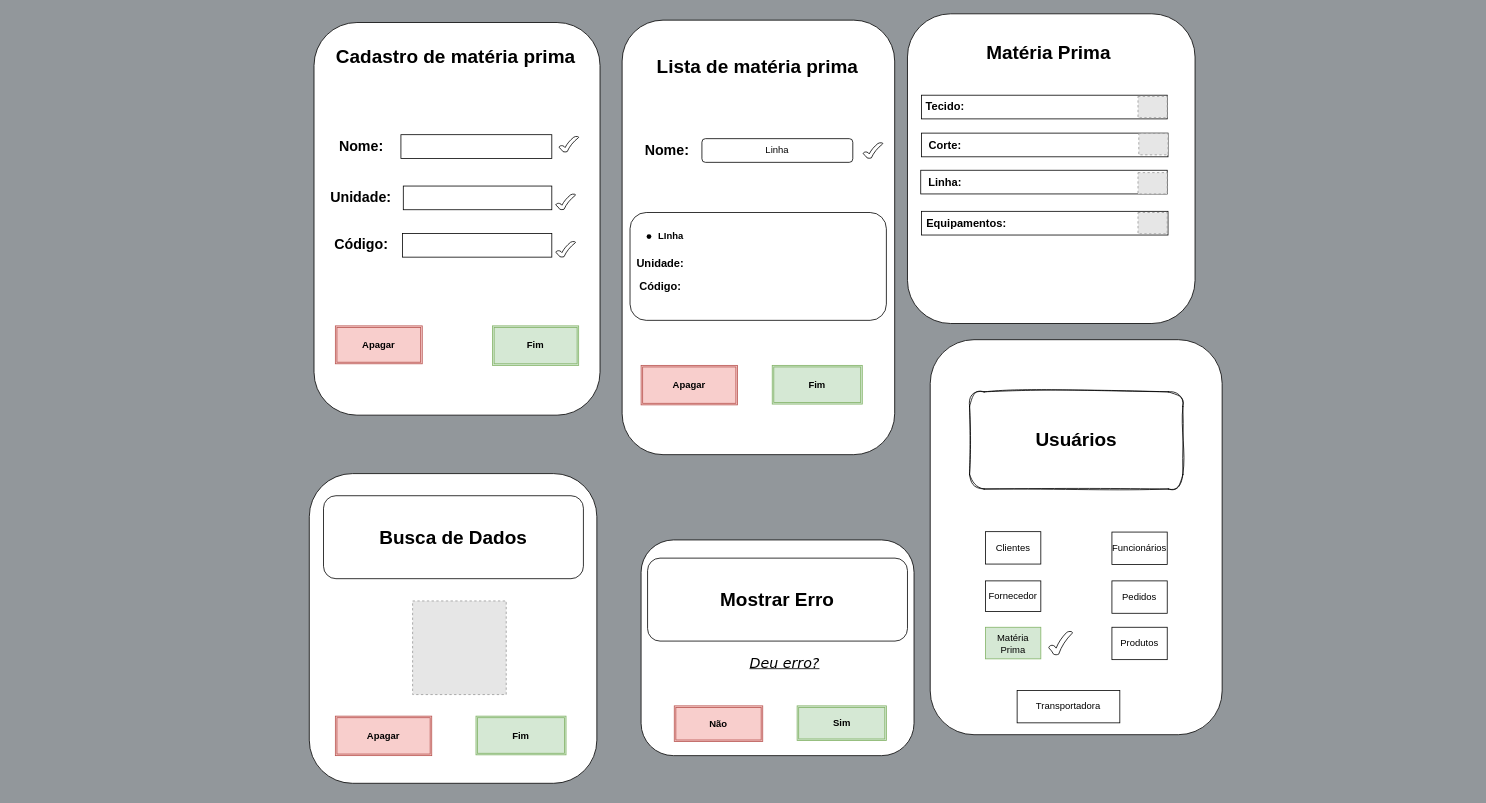
Before: page "Página-10" (10 of 14) of DOC/FLUXOGRAMA.DRAWIO in jeangustavoo/diagrama, a draw.io diagram. Source tidied: cells renumbered, new cells numbered last; positions are measured from the earlier drawing's top-left corner, leaving out a move shared by most shapes. Both pictures are drawn from the tidied source at 79%, with x=0, y=0 at pixel (309, 13). Pictures stored in the file or linked from it are replaced by grey dashed boxes.
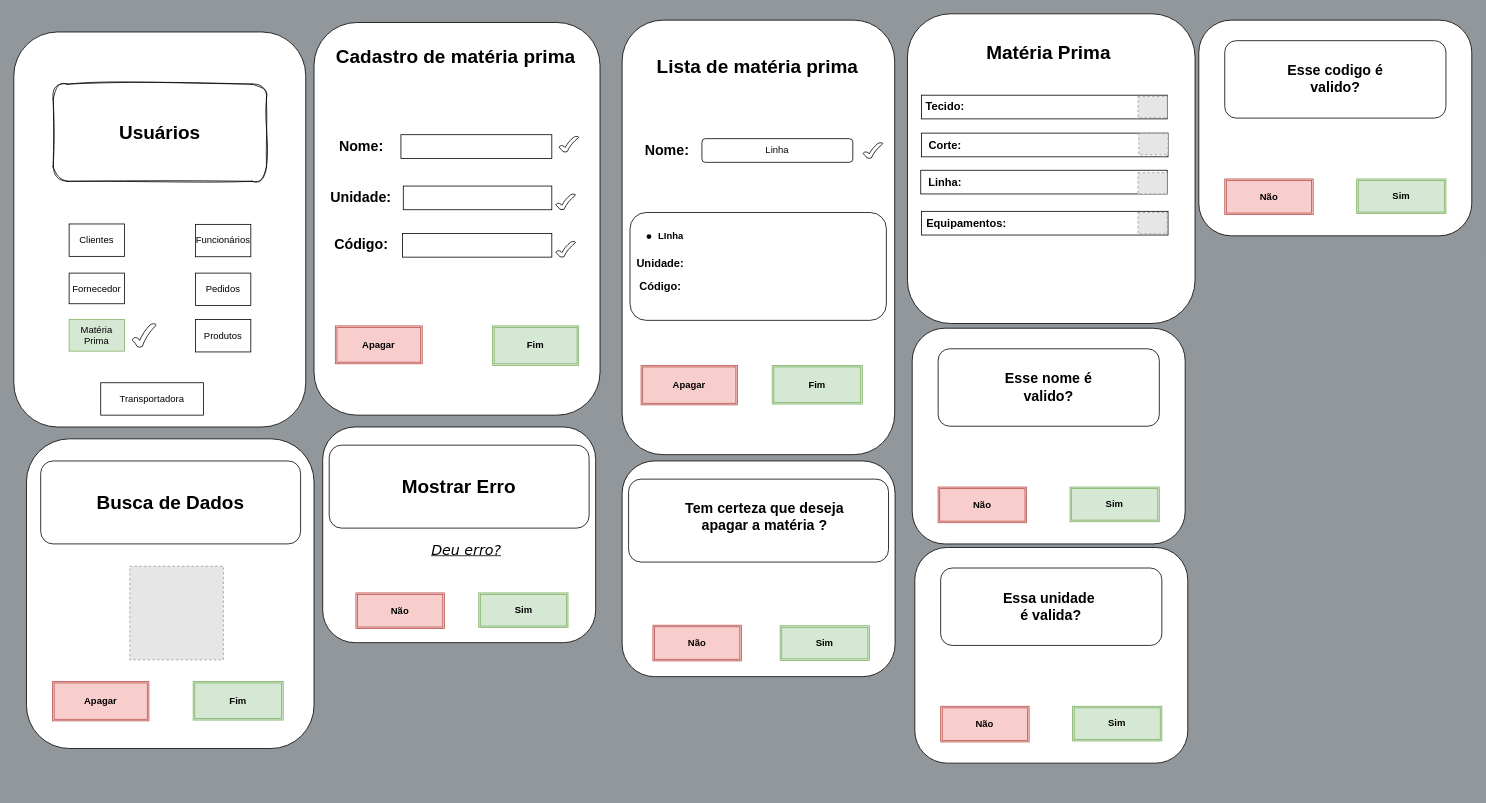
The same page after the edit.

Diff of the diagram source:
```diff
@@
     <mxCell id="24" style="rounded=1;whiteSpace=wrap;html=1;" parent="1" vertex="1">
-      <mxGeometry y="582" width="364" height="392" as="geometry" />
+      <mxGeometry x="-358" y="538" width="364" height="392" as="geometry" />
     </mxCell>
     <mxCell id="25" value="&lt;font face=&quot;Helvetica&quot;&gt;&lt;b&gt;Apagar&lt;/b&gt;&lt;/font&gt;" style="shape=ext;double=1;rounded=0;whiteSpace=wrap;html=1;hachureGap=4;fontFamily=Architects Daughter;fillColor=#f8cecc;strokeColor=#b85450;" parent="1" vertex="1">
-      <mxGeometry x="33" y="889" width="122" height="50" as="geometry" />
+      <mxGeometry x="-325" y="845" width="122" height="50" as="geometry" />
     </mxCell>
     <mxCell id="26" value="&lt;font face=&quot;Helvetica&quot;&gt;&lt;b&gt;Fim&lt;/b&gt;&lt;/font&gt;" style="shape=ext;double=1;rounded=0;whiteSpace=wrap;html=1;hachureGap=4;fontFamily=Architects Daughter;fillColor=#d5e8d4;strokeColor=#82b366;" parent="1" vertex="1">
-      <mxGeometry x="211" y="889" width="114" height="49" as="geometry" />
+      <mxGeometry x="-147" y="845" width="114" height="49" as="geometry" />
     </mxCell>
@@
     <mxCell id="29" style="fillColor=#E6E6E6;strokeColor=#999999;dashed=1;verticalLabelPosition=bottom;labelBackgroundColor=default;verticalAlign=top;" parent="1" vertex="1">
-      <mxGeometry x="130.8" y="743.2" width="118.5" height="118.5" as="geometry" />
+      <mxGeometry x="-227.2" y="699.2" width="118.5" height="118.5" as="geometry" />
     </mxCell>
     <mxCell id="30" value="&lt;b style=&quot;font-family: Helvetica; font-size: 24px; text-wrap: nowrap;&quot;&gt;Busca de Dados&lt;/b&gt;" style="rounded=1;whiteSpace=wrap;html=1;hachureGap=4;fontFamily=Architects Daughter;glass=0;shadow=0;fillColor=#FFFFFF;" parent="1" vertex="1">
-      <mxGeometry x="18" y="610" width="329" height="105" as="geometry" />
+      <mxGeometry x="-340" y="566" width="329" height="105" as="geometry" />
     </mxCell>
     <mxCell id="31" style="rounded=1;whiteSpace=wrap;html=1;" parent="1" vertex="1">
-      <mxGeometry x="420" y="666" width="345.5" height="273" as="geometry" />
+      <mxGeometry x="17" y="523" width="345.5" height="273" as="geometry" />
     </mxCell>
     <mxCell id="32" value="&lt;font face=&quot;Helvetica&quot;&gt;&lt;span style=&quot;font-size: 24px; text-wrap: nowrap;&quot;&gt;&lt;b&gt;Mostrar Erro&lt;/b&gt;&lt;/span&gt;&lt;/font&gt;" style="rounded=1;whiteSpace=wrap;html=1;hachureGap=4;fontFamily=Architects Daughter;glass=0;shadow=0;fillColor=#FFFFFF;" parent="1" vertex="1">
-      <mxGeometry x="428.2" y="689" width="329" height="105" as="geometry" />
+      <mxGeometry x="25.2" y="546" width="329" height="105" as="geometry" />
     </mxCell>
     <mxCell id="33" value="&lt;font face=&quot;Verdana&quot; style=&quot;font-size: 18px;&quot;&gt;&lt;i style=&quot;font-weight: normal;&quot;&gt;&lt;u&gt;Deu erro?&lt;/u&gt;&lt;/i&gt;&lt;/font&gt;" style="text;html=1;align=center;verticalAlign=middle;whiteSpace=wrap;rounded=0;fontFamily=Helvetica;fontStyle=1;" parent="1" vertex="1">
-      <mxGeometry x="483" y="794" width="238" height="54" as="geometry" />
+      <mxGeometry x="80" y="651" width="238" height="54" as="geometry" />
     </mxCell>
     <mxCell id="34" value="&lt;font face=&quot;Helvetica&quot;&gt;&lt;b&gt;Não&lt;/b&gt;&lt;/font&gt;" style="shape=ext;double=1;rounded=0;whiteSpace=wrap;html=1;hachureGap=4;fontFamily=Architects Daughter;fillColor=#f8cecc;strokeColor=#b85450;" parent="1" vertex="1">
-      <mxGeometry x="462" y="876" width="112" height="45.2" as="geometry" />
+      <mxGeometry x="59" y="733" width="112" height="45.2" as="geometry" />
     </mxCell>
     <mxCell id="35" value="&lt;font face=&quot;Helvetica&quot;&gt;&lt;b&gt;Sim&lt;/b&gt;&lt;/font&gt;" style="shape=ext;double=1;rounded=0;whiteSpace=wrap;html=1;hachureGap=4;fontFamily=Architects Daughter;fillColor=#d5e8d4;strokeColor=#82b366;" parent="1" vertex="1">
-      <mxGeometry x="617.5" y="876" width="113" height="43.9" as="geometry" />
+      <mxGeometry x="214.5" y="733" width="113" height="43.9" as="geometry" />
     </mxCell>
@@
     <mxCell id="55" style="rounded=1;whiteSpace=wrap;html=1;" parent="1" vertex="1">
-      <mxGeometry x="786" y="412.5" width="369.5" height="500" as="geometry" />
+      <mxGeometry x="-374" y="23" width="369.5" height="500" as="geometry" />
     </mxCell>
     <mxCell id="56" style="text;html=1;align=center;verticalAlign=middle;whiteSpace=wrap;rounded=0;" parent="1" vertex="1">
-      <mxGeometry x="795" y="668.5" width="60" height="30" as="geometry" />
+      <mxGeometry x="-365" y="279" width="60" height="30" as="geometry" />
     </mxCell>
     <mxCell id="57" value="&lt;b&gt;&lt;font style=&quot;font-size: 24px;&quot;&gt;Usuários&lt;/font&gt;&lt;/b&gt;" style="rounded=1;whiteSpace=wrap;html=1;sketch=1;curveFitting=1;jiggle=2;" parent="1" vertex="1">
-      <mxGeometry x="835.8" y="478.5" width="270" height="123" as="geometry" />
+      <mxGeometry x="-324.2" y="89" width="270" height="123" as="geometry" />
     </mxCell>
     <mxCell id="58" value="Clientes" style="rounded=0;whiteSpace=wrap;html=1;" parent="1" vertex="1">
-      <mxGeometry x="856" y="655.5" width="70" height="41" as="geometry" />
+      <mxGeometry x="-304" y="266" width="70" height="41" as="geometry" />
     </mxCell>
     <mxCell id="59" value="Fornecedor" style="rounded=0;whiteSpace=wrap;html=1;" parent="1" vertex="1">
-      <mxGeometry x="856" y="717.8" width="70" height="38.8" as="geometry" />
+      <mxGeometry x="-304" y="328.2" width="70" height="38.8" as="geometry" />
     </mxCell>
     <mxCell id="60" value="Matéria Prima" style="rounded=0;whiteSpace=wrap;html=1;fillColor=#d5e8d4;strokeColor=#82b366;" parent="1" vertex="1">
-      <mxGeometry x="856" y="776.5" width="70" height="40" as="geometry" />
+      <mxGeometry x="-304" y="387" width="70" height="40" as="geometry" />
     </mxCell>
     <mxCell id="61" value="Funcionários" style="rounded=0;whiteSpace=wrap;html=1;" parent="1" vertex="1">
-      <mxGeometry x="1016" y="656" width="70" height="41" as="geometry" />
+      <mxGeometry x="-144" y="266.5" width="70" height="41" as="geometry" />
     </mxCell>
     <mxCell id="62" value="Pedidos" style="rounded=0;whiteSpace=wrap;html=1;" parent="1" vertex="1">
-      <mxGeometry x="1016" y="717.8" width="70" height="41" as="geometry" />
+      <mxGeometry x="-144" y="328.2" width="70" height="41" as="geometry" />
     </mxCell>
     <mxCell id="63" value="Produtos" style="rounded=0;whiteSpace=wrap;html=1;" parent="1" vertex="1">
-      <mxGeometry x="1016" y="776.5" width="70" height="41" as="geometry" />
+      <mxGeometry x="-144" y="387" width="70" height="41" as="geometry" />
     </mxCell>
     <mxCell id="64" value="Transportadora" style="rounded=0;whiteSpace=wrap;html=1;" parent="1" vertex="1">
-      <mxGeometry x="896" y="856.5" width="130" height="41" as="geometry" />
+      <mxGeometry x="-264" y="467" width="130" height="41" as="geometry" />
     </mxCell>
     <mxCell id="65" style="verticalLabelPosition=bottom;verticalAlign=top;html=1;shape=mxgraph.basic.tick;" parent="1" vertex="1">
-      <mxGeometry x="936" y="781.5" width="30" height="30" as="geometry" />
+      <mxGeometry x="-224" y="392" width="30" height="30" as="geometry" />
     </mxCell>
+    <mxCell id="66" style="text;html=1;align=center;verticalAlign=middle;whiteSpace=wrap;rounded=0;" parent="1" vertex="1">
+      <mxGeometry x="396" y="797" width="60" height="30" as="geometry" />
+    </mxCell>
+    <mxCell id="67" style="rounded=1;whiteSpace=wrap;html=1;" parent="1" vertex="1">
+      <mxGeometry x="396" y="566" width="345.5" height="273" as="geometry" />
+    </mxCell>
+    <mxCell id="68" style="rounded=1;whiteSpace=wrap;html=1;hachureGap=4;fontFamily=Architects Daughter;glass=0;shadow=0;fillColor=#FFFFFF;" parent="1" vertex="1">
+      <mxGeometry x="404.2" y="589" width="329" height="105" as="geometry" />
+    </mxCell>
+    <mxCell id="69" value="&lt;font style=&quot;font-size: 18px;&quot;&gt;&lt;b style=&quot;&quot;&gt;Tem certeza que deseja apagar a matéria ?&lt;/b&gt;&lt;/font&gt;" style="text;html=1;align=center;verticalAlign=middle;whiteSpace=wrap;rounded=0;" parent="1" vertex="1">
+      <mxGeometry x="463.8" y="615" width="224.8" height="43" as="geometry" />
+    </mxCell>
+    <mxCell id="70" value="&lt;font face=&quot;Helvetica&quot;&gt;&lt;b&gt;Não&lt;/b&gt;&lt;/font&gt;" style="shape=ext;double=1;rounded=0;whiteSpace=wrap;html=1;hachureGap=4;fontFamily=Architects Daughter;fillColor=#f8cecc;strokeColor=#b85450;" parent="1" vertex="1">
+      <mxGeometry x="435" y="773.9" width="112" height="45.2" as="geometry" />
+    </mxCell>
+    <mxCell id="71" value="&lt;font face=&quot;Helvetica&quot;&gt;&lt;b&gt;Sim&lt;/b&gt;&lt;/font&gt;" style="shape=ext;double=1;rounded=0;whiteSpace=wrap;html=1;hachureGap=4;fontFamily=Architects Daughter;fillColor=#d5e8d4;strokeColor=#82b366;" parent="1" vertex="1">
+      <mxGeometry x="596" y="774.6" width="113" height="43.9" as="geometry" />
+    </mxCell>
+    <mxCell id="72" style="rounded=1;whiteSpace=wrap;html=1;" parent="1" vertex="1">
+      <mxGeometry x="763.2" y="398" width="345.5" height="273" as="geometry" />
+    </mxCell>
+    <mxCell id="73" style="rounded=1;whiteSpace=wrap;html=1;" parent="1" vertex="1">
+      <mxGeometry x="796" y="424" width="280" height="98" as="geometry" />
+    </mxCell>
+    <mxCell id="74" value="&lt;font style=&quot;font-size: 18px;&quot;&gt;&lt;b&gt;Esse nome é valido?&lt;/b&gt;&lt;/font&gt;" style="text;html=1;align=center;verticalAlign=middle;whiteSpace=wrap;rounded=0;" parent="1" vertex="1">
+      <mxGeometry x="867" y="458" width="138" height="30" as="geometry" />
+    </mxCell>
+    <mxCell id="75" value="&lt;font face=&quot;Helvetica&quot;&gt;&lt;b&gt;Não&lt;/b&gt;&lt;/font&gt;" style="shape=ext;double=1;rounded=0;whiteSpace=wrap;html=1;hachureGap=4;fontFamily=Architects Daughter;fillColor=#f8cecc;strokeColor=#b85450;" parent="1" vertex="1">
+      <mxGeometry x="796" y="599" width="112" height="45.2" as="geometry" />
+    </mxCell>
+    <mxCell id="76" value="&lt;font face=&quot;Helvetica&quot;&gt;&lt;b&gt;Sim&lt;/b&gt;&lt;/font&gt;" style="shape=ext;double=1;rounded=0;whiteSpace=wrap;html=1;hachureGap=4;fontFamily=Architects Daughter;fillColor=#d5e8d4;strokeColor=#82b366;" parent="1" vertex="1">
+      <mxGeometry x="963" y="599" width="113" height="43.9" as="geometry" />
+    </mxCell>
+    <mxCell id="77" style="rounded=1;whiteSpace=wrap;html=1;" parent="1" vertex="1">
+      <mxGeometry x="766.5" y="675.5" width="345.5" height="273" as="geometry" />
+    </mxCell>
+    <mxCell id="78" style="rounded=1;whiteSpace=wrap;html=1;" parent="1" vertex="1">
+      <mxGeometry x="799.2" y="701.5" width="280" height="98" as="geometry" />
+    </mxCell>
+    <mxCell id="79" value="&lt;font style=&quot;font-size: 18px;&quot;&gt;&lt;b&gt;Essa unidade&amp;nbsp; é valida&lt;/b&gt;&lt;b&gt;?&lt;/b&gt;&lt;/font&gt;" style="text;html=1;align=center;verticalAlign=middle;whiteSpace=wrap;rounded=0;" parent="1" vertex="1">
+      <mxGeometry x="870.2" y="735.5" width="138" height="30" as="geometry" />
+    </mxCell>
+    <mxCell id="80" value="&lt;font face=&quot;Helvetica&quot;&gt;&lt;b&gt;Não&lt;/b&gt;&lt;/font&gt;" style="shape=ext;double=1;rounded=0;whiteSpace=wrap;html=1;hachureGap=4;fontFamily=Architects Daughter;fillColor=#f8cecc;strokeColor=#b85450;" parent="1" vertex="1">
+      <mxGeometry x="799.2" y="876.5" width="112" height="45.2" as="geometry" />
+    </mxCell>
+    <mxCell id="81" value="&lt;font face=&quot;Helvetica&quot;&gt;&lt;b&gt;Sim&lt;/b&gt;&lt;/font&gt;" style="shape=ext;double=1;rounded=0;whiteSpace=wrap;html=1;hachureGap=4;fontFamily=Architects Daughter;fillColor=#d5e8d4;strokeColor=#82b366;" parent="1" vertex="1">
+      <mxGeometry x="966.2" y="876.5" width="113" height="43.9" as="geometry" />
+    </mxCell>
+    <mxCell id="82" style="rounded=1;whiteSpace=wrap;html=1;" parent="1" vertex="1">
+      <mxGeometry x="1126" y="8" width="345.5" height="273" as="geometry" />
+    </mxCell>
+    <mxCell id="83" style="rounded=1;whiteSpace=wrap;html=1;" parent="1" vertex="1">
+      <mxGeometry x="1158.8" y="34" width="280" height="98" as="geometry" />
+    </mxCell>
+    <mxCell id="84" value="&lt;font style=&quot;font-size: 18px;&quot;&gt;&lt;b&gt;Esse codigo é valido?&lt;/b&gt;&lt;/font&gt;" style="text;html=1;align=center;verticalAlign=middle;whiteSpace=wrap;rounded=0;" parent="1" vertex="1">
+      <mxGeometry x="1229.8" y="68" width="138" height="30" as="geometry" />
+    </mxCell>
+    <mxCell id="85" value="&lt;font face=&quot;Helvetica&quot;&gt;&lt;b&gt;Não&lt;/b&gt;&lt;/font&gt;" style="shape=ext;double=1;rounded=0;whiteSpace=wrap;html=1;hachureGap=4;fontFamily=Architects Daughter;fillColor=#f8cecc;strokeColor=#b85450;" parent="1" vertex="1">
+      <mxGeometry x="1158.8" y="209" width="112" height="45.2" as="geometry" />
+    </mxCell>
+    <mxCell id="86" value="&lt;font face=&quot;Helvetica&quot;&gt;&lt;b&gt;Sim&lt;/b&gt;&lt;/font&gt;" style="shape=ext;double=1;rounded=0;whiteSpace=wrap;html=1;hachureGap=4;fontFamily=Architects Daughter;fillColor=#d5e8d4;strokeColor=#82b366;" parent="1" vertex="1">
+      <mxGeometry x="1325.8" y="209" width="113" height="43.9" as="geometry" />
+    </mxCell>
```
